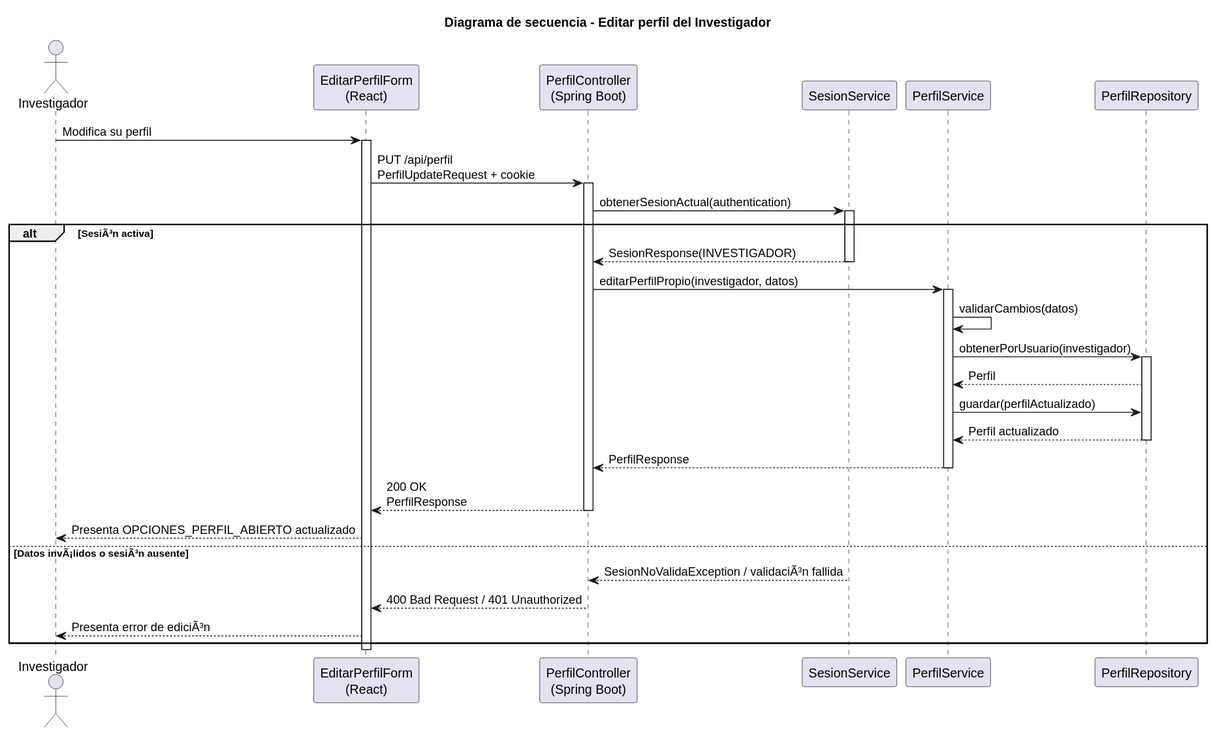
The PlantUML diagram images/RUP/02-diseño/casos-uso/investigador/editarPerfil/secuencia.svg in beatriizorozco/25-26-idsw2-sdVC, before a commit.
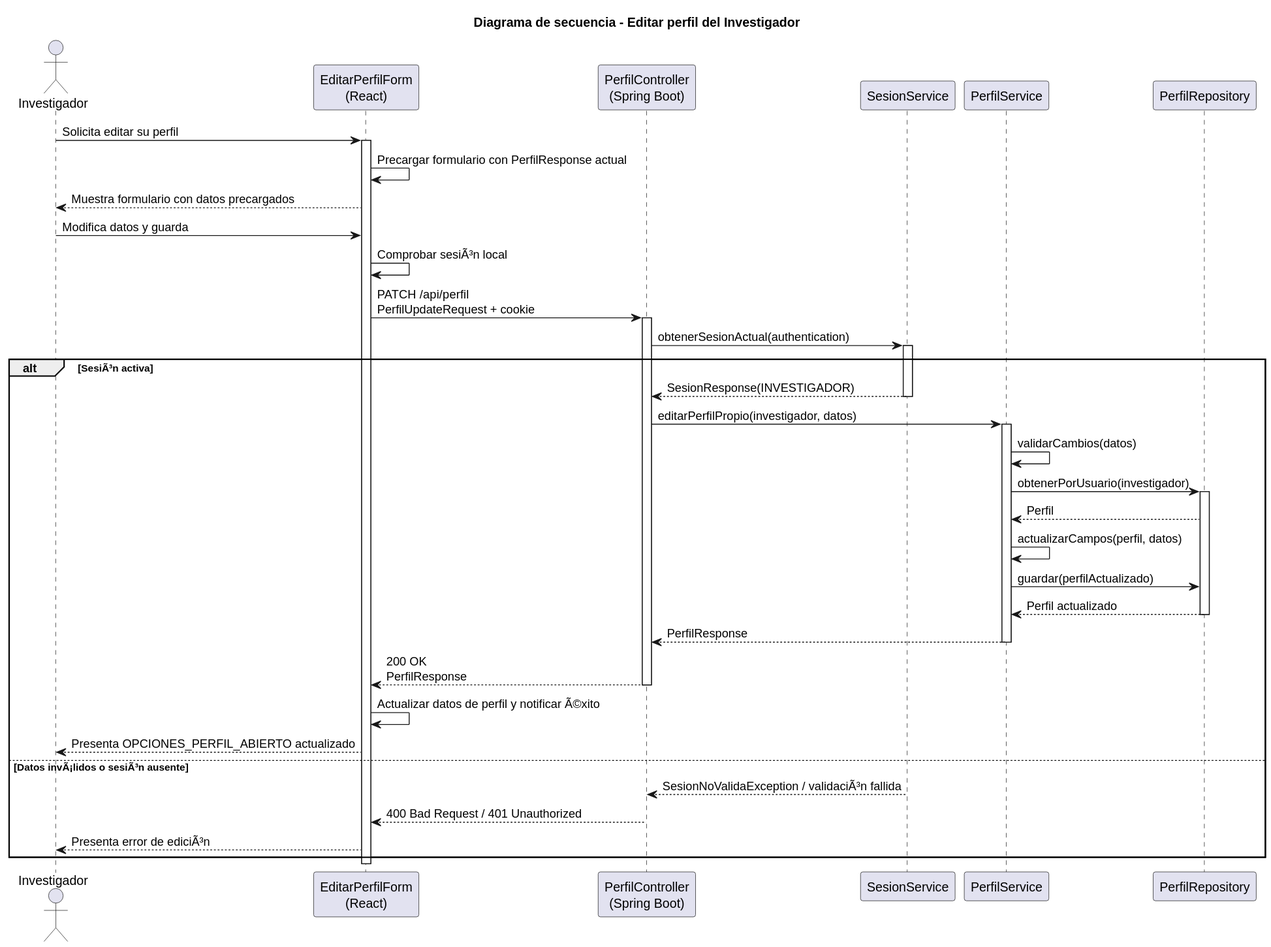
After the commit.

The edit, as a diff of the source:
```diff
@@ -8,9 +8,13 @@
 participant "PerfilService" as PerfilService
 participant "PerfilRepository" as PerfilRepository
 
-Investigador -> Frontend: Modifica su perfil
+Investigador -> Frontend: Solicita editar su perfil
 activate Frontend
-Frontend -> Api: PUT /api/perfil\nPerfilUpdateRequest + cookie
+Frontend -> Frontend: Precargar formulario con PerfilResponse actual
+Frontend --> Investigador: Muestra formulario con datos precargados
+Investigador -> Frontend: Modifica datos y guarda
+Frontend -> Frontend: Comprobar sesiÃ³n local
+Frontend -> Api: PATCH /api/perfil\nPerfilUpdateRequest + cookie
 activate Api
 Api -> Sesion: obtenerSesionActual(authentication)
 activate Sesion
@@ -23,6 +27,7 @@
     PerfilService -> PerfilRepository: obtenerPorUsuario(investigador)
     activate PerfilRepository
     PerfilRepository --> PerfilService: Perfil
+    PerfilService -> PerfilService: actualizarCampos(perfil, datos)
     PerfilService -> PerfilRepository: guardar(perfilActualizado)
     PerfilRepository --> PerfilService: Perfil actualizado
     deactivate PerfilRepository
@@ -30,6 +35,7 @@
     deactivate PerfilService
     Api --> Frontend: 200 OK\nPerfilResponse
     deactivate Api
+    Frontend -> Frontend: Actualizar datos de perfil y notificar Ã©xito
     Frontend --> Investigador: Presenta OPCIONES_PERFIL_ABIERTO actualizado
 else Datos invÃ¡lidos o sesiÃ³n ausente
     Sesion --> Api: SesionNoValidaException / validaciÃ³n fallida
```
